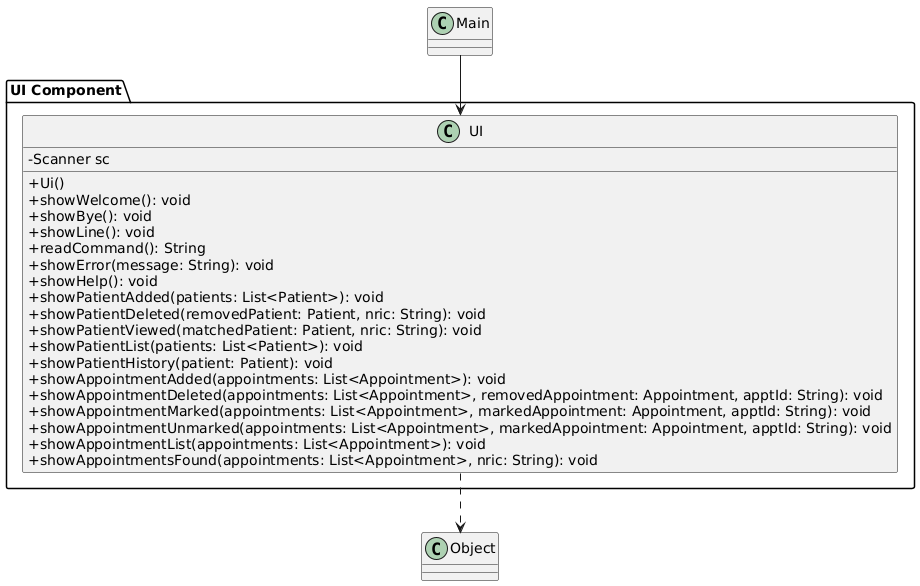
chwenyee/tp keeps this PlantUML diagram as docs/diagrams/uiComponent.png. Above is the earlier version.
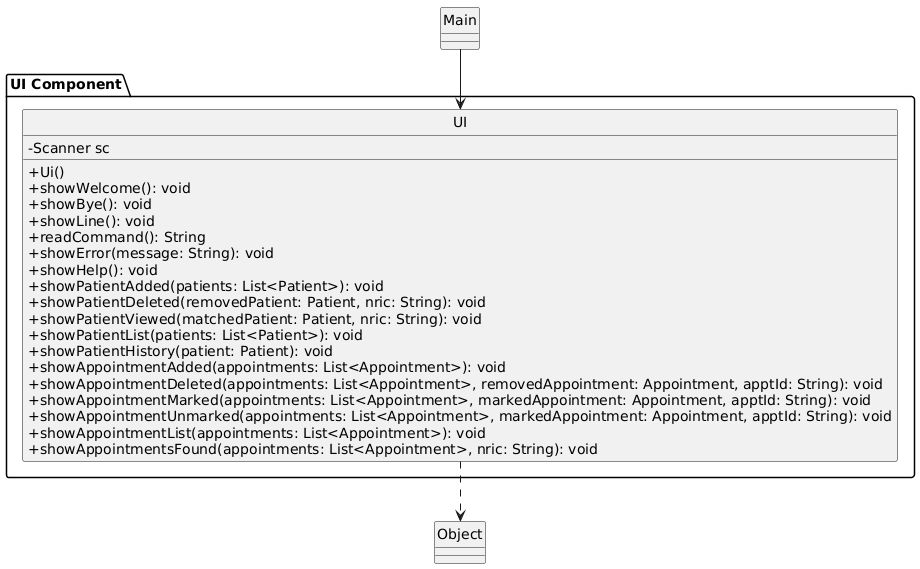
The same file after the commit.

Commit message:
Updated some component of design architecture

Change to the diagram source:
```diff
@@ -26,6 +26,8 @@
 
 }
 
-UI ..>Object
+UI ..> Object
 Main --> UI
+
+hide circle
 @enduml
```
